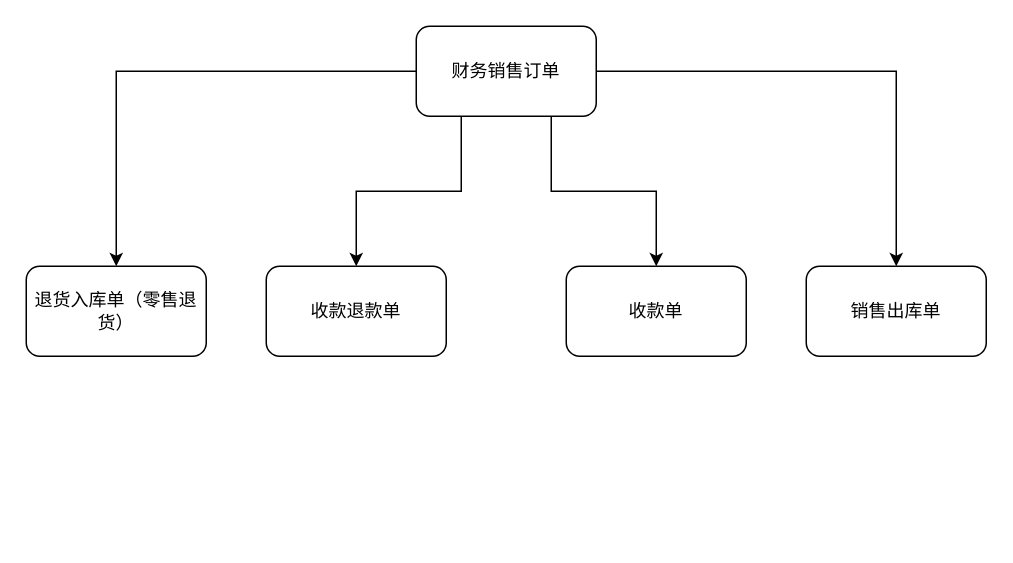
Above: ERP单据下推流程图.drawio in canonnk/draw.io.repository (draw.io), before the change. Source tidied: cells renumbered, new cells numbered last; positions are measured from the earlier drawing's top-left corner, leaving out a move shared by most shapes. Both pictures are drawn from the tidied source at 150%, with x=0, y=0 at pixel (26, 26).
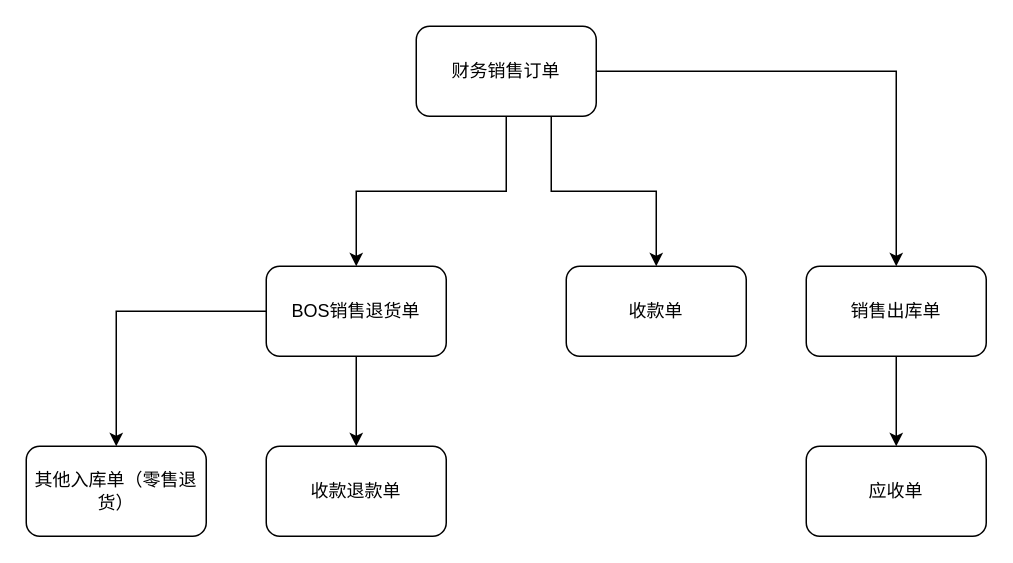
Above is the later version.

Commit message (it also covers changes not shown here):
更新ERP单据下推流程图.drawio

The edit, as a diff of the source:
```diff
@@
 <mxGraphModel>
   <root>
     <mxCell id="0" />
     <mxCell id="1" parent="0" />
     <mxCell id="2" style="edgeStyle=orthogonalEdgeStyle;rounded=0;jettySize=auto;html=1;" parent="1" edge="1" source="6" target="7">
       <mxGeometry relative="1" as="geometry" />
     </mxCell>
     <mxCell id="3" style="edgeStyle=orthogonalEdgeStyle;rounded=0;jettySize=auto;html=1;exitX=0.75;exitY=1;exitDx=0;exitDy=0;" parent="1" edge="1" source="6" target="8">
       <mxGeometry relative="1" as="geometry" />
     </mxCell>
-    <mxCell id="4" style="edgeStyle=orthogonalEdgeStyle;rounded=0;jettySize=auto;html=1;exitX=0.25;exitY=1;exitDx=0;exitDy=0;" parent="1" edge="1" source="6" target="9">
+    <mxCell id="4" style="edgeStyle=orthogonalEdgeStyle;rounded=0;jettySize=auto;html=1;exitX=0.5;exitY=1;exitDx=0;exitDy=0;" parent="1" edge="1" source="14" target="9">
       <mxGeometry relative="1" as="geometry" />
     </mxCell>
-    <mxCell id="5" style="edgeStyle=orthogonalEdgeStyle;rounded=0;jettySize=auto;html=1;" parent="1" edge="1" source="6" target="10">
+    <mxCell id="5" style="edgeStyle=orthogonalEdgeStyle;rounded=0;jettySize=auto;html=1;exitX=0;exitY=0.5;exitDx=0;exitDy=0;" parent="1" edge="1" source="14" target="10">
       <mxGeometry relative="1" as="geometry" />
     </mxCell>
+    <mxCell id="11" style="edgeStyle=orthogonalEdgeStyle;rounded=0;jettySize=auto;html=1;entryX=0.5;entryY=0;entryDx=0;entryDy=0;" parent="1" edge="1" source="6" target="14">
+      <mxGeometry relative="1" as="geometry" />
+    </mxCell>
     <mxCell id="6" value="财务销售订单" style="rounded=1;whiteSpace=wrap;html=1;" parent="1" vertex="1">
       <mxGeometry x="260" width="120" height="60" as="geometry" />
     </mxCell>
+    <mxCell id="12" style="edgeStyle=orthogonalEdgeStyle;rounded=0;jettySize=auto;html=1;" parent="1" edge="1" source="7" target="13">
+      <mxGeometry relative="1" as="geometry" />
+    </mxCell>
     <mxCell id="7" value="销售出库单" style="rounded=1;whiteSpace=wrap;html=1;" parent="1" vertex="1">
       <mxGeometry x="520" y="160" width="120" height="60" as="geometry" />
     </mxCell>
     <mxCell id="8" value="收款单" style="whiteSpace=wrap;html=1;rounded=1;" parent="1" vertex="1">
       <mxGeometry x="360" y="160" width="120" height="60" as="geometry" />
     </mxCell>
     <mxCell id="9" value="收款退款单" style="rounded=1;whiteSpace=wrap;html=1;" parent="1" vertex="1">
-      <mxGeometry x="160" y="160" width="120" height="60" as="geometry" />
+      <mxGeometry x="160" y="280" width="120" height="60" as="geometry" />
     </mxCell>
-    <mxCell id="10" value="退货入库单（零售退货）" style="whiteSpace=wrap;html=1;rounded=1;" parent="1" vertex="1">
-      <mxGeometry y="160" width="120" height="60" as="geometry" />
+    <mxCell id="10" value="其他入库单（零售退货）" style="whiteSpace=wrap;html=1;rounded=1;" parent="1" vertex="1">
+      <mxGeometry y="280" width="120" height="60" as="geometry" />
     </mxCell>
+    <mxCell id="13" value="应收单" style="whiteSpace=wrap;html=1;rounded=1;" parent="1" vertex="1">
+      <mxGeometry x="520" y="280" width="120" height="60" as="geometry" />
+    </mxCell>
+    <mxCell id="14" value="BOS销售退货单" style="rounded=1;whiteSpace=wrap;html=1;" parent="1" vertex="1">
+      <mxGeometry x="160" y="160" width="120" height="60" as="geometry" />
+    </mxCell>
   </root>
 </mxGraphModel>
```
